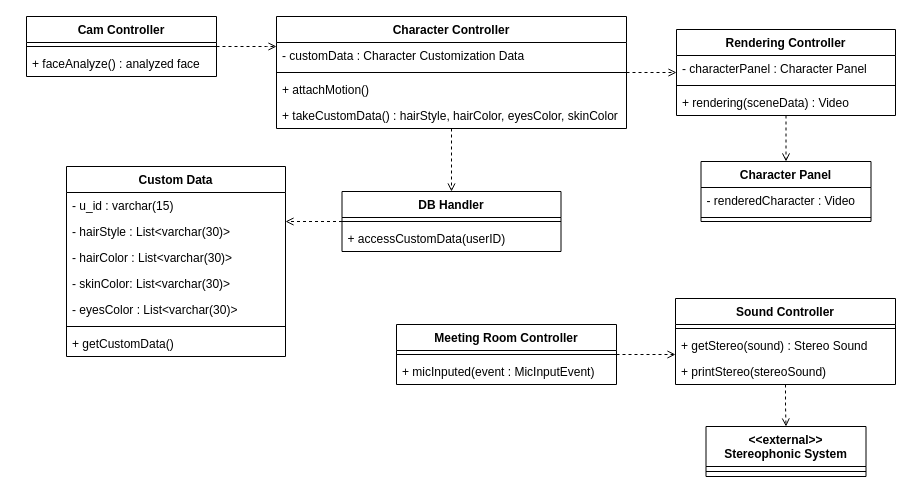
Before: CD7.drawio in ONFFLine/Diagram, a draw.io diagram. Source tidied: cells renumbered, new cells numbered last; positions are measured from the earlier drawing's top-left corner, leaving out a move shared by most shapes. Both pictures are drawn from the tidied source at 100%, with x=0, y=0 at pixel (26, 16).
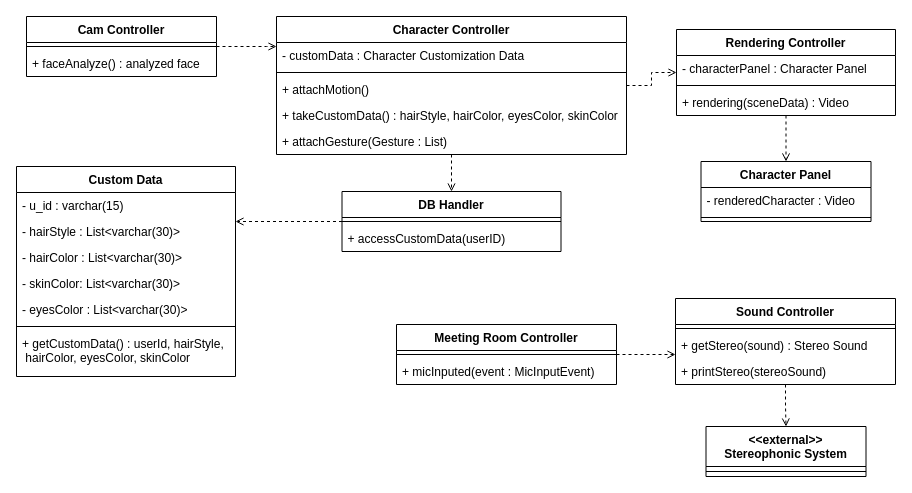
Above is the later version.

The edit, as a diff of the source:
```diff
@@
     <mxCell id="11" value="Character Controller" style="swimlane;fontStyle=1;align=center;verticalAlign=top;horizontal=1;startSize=26;" parent="1" vertex="1">
-      <mxGeometry x="250" width="350" height="112" as="geometry" />
+      <mxGeometry x="250" width="350" height="138" as="geometry" />
     </mxCell>
@@
+    <mxCell id="44" value="+ takeCustomData() : hairStyle, hairColor, eyesColor, skinColor" style="text;strokeColor=none;fillColor=none;align=left;verticalAlign=top;spacingLeft=4;spacingRight=4;overflow=hidden;" parent="11" vertex="1">
+      <mxGeometry y="86" width="350" height="26" as="geometry" />
+    </mxCell>
-    <mxCell id="15" value="+ takeCustomData() : hairStyle, hairColor, eyesColor, skinColor" style="text;strokeColor=none;fillColor=none;align=left;verticalAlign=top;spacingLeft=4;spacingRight=4;overflow=hidden;" parent="11" vertex="1">
-      <mxGeometry y="86" width="350" height="26" as="geometry" />
+    <mxCell id="15" value="+ attachGesture(Gesture : List)" style="text;strokeColor=none;fillColor=none;align=left;verticalAlign=top;spacingLeft=4;spacingRight=4;overflow=hidden;" parent="11" vertex="1">
+      <mxGeometry y="112" width="350" height="26" as="geometry" />
     </mxCell>
@@
     <mxCell id="36" value="Custom Data" style="swimlane;fontStyle=1;align=center;verticalAlign=top;horizontal=1;startSize=26;" parent="1" vertex="1">
-      <mxGeometry x="40" y="150" width="219" height="190" as="geometry" />
+      <mxGeometry x="-10" y="150" width="219" height="210" as="geometry" />
     </mxCell>
@@
-    <mxCell id="43" value="+ getCustomData()" style="text;strokeColor=none;fillColor=none;align=left;verticalAlign=top;spacingLeft=4;spacingRight=4;overflow=hidden;" parent="36" vertex="1">
-      <mxGeometry y="164" width="219" height="26" as="geometry" />
+    <mxCell id="43" value="+ getCustomData() : userId, hairStyle,&#10; hairColor, eyesColor, skinColor" style="text;strokeColor=none;fillColor=none;align=left;verticalAlign=top;spacingLeft=4;spacingRight=4;overflow=hidden;" parent="36" vertex="1">
+      <mxGeometry y="164" width="219" height="46" as="geometry" />
     </mxCell>
```
